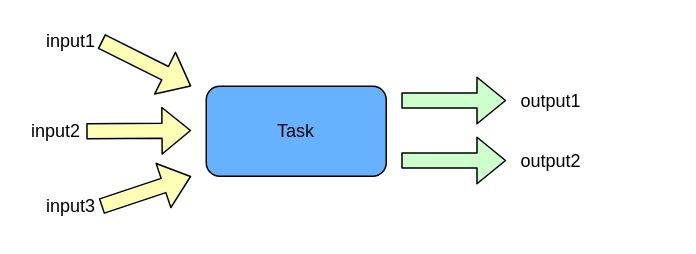
shinecjj/UML keeps this draw.io diagram as page "编译缓存原理" (1 of 22) of T9.drawio. Above is the earlier version. Source tidied: cells renumbered, new cells numbered last; positions are measured from the earlier drawing's top-left corner, leaving out a move shared by most shapes. Both pictures are drawn from the tidied source at 150%, with x=0, y=0 at pixel (26, 26).
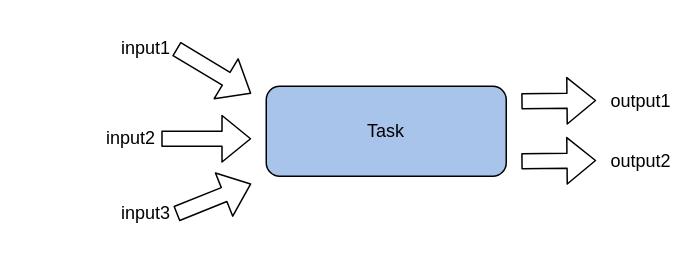
Above is the later version.

The edit, as a diff of the source:
```diff
@@
 <mxGraphModel>
   <root>
     <mxCell id="0" />
     <mxCell id="1" parent="0" />
-    <mxCell id="2" value="Task" style="rounded=1;whiteSpace=wrap;html=1;fillColor=#66B2FF;" parent="1" vertex="1">
-      <mxGeometry x="120" y="40" width="120" height="60" as="geometry" />
+    <mxCell id="2" value="Task" style="rounded=1;whiteSpace=wrap;html=1;fillColor=#A9C4EB;" parent="1" vertex="1">
+      <mxGeometry x="160" y="40" width="160" height="60" as="geometry" />
     </mxCell>
-    <mxCell id="3" style="shape=flexArrow;endArrow=classic;html=1;fillColor=#FCFFB3;" parent="1" edge="1">
+    <mxCell id="3" style="shape=flexArrow;endArrow=classic;html=1;fillColor=none;" parent="1" edge="1">
       <mxGeometry relative="1" as="geometry">
-        <mxPoint x="40" y="70" as="sourcePoint" />
-        <mxPoint x="110" y="69.5" as="targetPoint" />
+        <mxPoint x="90" y="75" as="sourcePoint" />
+        <mxPoint x="150" y="75" as="targetPoint" />
       </mxGeometry>
     </mxCell>
-    <mxCell id="4" style="shape=flexArrow;endArrow=classic;html=1;fillColor=#FCFFB3;" parent="1" edge="1">
+    <mxCell id="4" style="shape=flexArrow;endArrow=classic;html=1;fillColor=none;" parent="1" edge="1">
       <mxGeometry relative="1" as="geometry">
-        <mxPoint x="50" y="10" as="sourcePoint" />
-        <mxPoint x="110" y="40" as="targetPoint" />
+        <mxPoint x="100" y="15" as="sourcePoint" />
+        <mxPoint x="150" y="45" as="targetPoint" />
       </mxGeometry>
     </mxCell>
-    <mxCell id="5" style="shape=flexArrow;endArrow=classic;html=1;fillColor=#FCFFB3;" parent="1" edge="1">
+    <mxCell id="5" style="shape=flexArrow;endArrow=classic;html=1;fillColor=none;" parent="1" edge="1">
       <mxGeometry relative="1" as="geometry">
-        <mxPoint x="50" y="120" as="sourcePoint" />
-        <mxPoint x="110" y="100" as="targetPoint" />
+        <mxPoint x="100" y="125" as="sourcePoint" />
+        <mxPoint x="150" y="105" as="targetPoint" />
       </mxGeometry>
     </mxCell>
     <mxCell id="6" value="input1" style="text;html=1;strokeColor=none;fillColor=none;align=center;verticalAlign=middle;whiteSpace=wrap;rounded=0;" parent="1" vertex="1">
-      <mxGeometry x="10" width="40" height="20" as="geometry" />
+      <mxGeometry x="60" y="5" width="40" height="20" as="geometry" />
     </mxCell>
     <mxCell id="7" value="input2" style="text;html=1;strokeColor=none;fillColor=none;align=center;verticalAlign=middle;whiteSpace=wrap;rounded=0;" parent="1" vertex="1">
-      <mxGeometry y="60" width="40" height="20" as="geometry" />
+      <mxGeometry x="50" y="65" width="40" height="20" as="geometry" />
     </mxCell>
     <mxCell id="8" value="input3" style="text;html=1;strokeColor=none;fillColor=none;align=center;verticalAlign=middle;whiteSpace=wrap;rounded=0;" parent="1" vertex="1">
-      <mxGeometry x="10" y="110" width="40" height="20" as="geometry" />
+      <mxGeometry x="60" y="115" width="40" height="20" as="geometry" />
     </mxCell>
-    <mxCell id="9" style="shape=flexArrow;endArrow=classic;html=1;fillColor=#CCFFCC;" parent="1" edge="1">
+    <mxCell id="9" style="shape=flexArrow;endArrow=classic;html=1;fillColor=none;" parent="1" edge="1">
       <mxGeometry relative="1" as="geometry">
-        <mxPoint x="250" y="49.5" as="sourcePoint" />
-        <mxPoint x="320" y="49.5" as="targetPoint" />
+        <mxPoint x="330" y="50" as="sourcePoint" />
+        <mxPoint x="380" y="49.5" as="targetPoint" />
       </mxGeometry>
     </mxCell>
-    <mxCell id="10" style="shape=flexArrow;endArrow=classic;html=1;fillColor=#CCFFCC;" parent="1" edge="1">
+    <mxCell id="10" style="shape=flexArrow;endArrow=classic;html=1;fillColor=none;" parent="1" edge="1">
       <mxGeometry relative="1" as="geometry">
-        <mxPoint x="250" y="89.5" as="sourcePoint" />
-        <mxPoint x="320" y="89.5" as="targetPoint" />
+        <mxPoint x="330" y="90" as="sourcePoint" />
+        <mxPoint x="380" y="89.5" as="targetPoint" />
       </mxGeometry>
     </mxCell>
     <mxCell id="11" value="output1" style="text;html=1;strokeColor=none;fillColor=none;align=center;verticalAlign=middle;whiteSpace=wrap;rounded=0;" parent="1" vertex="1">
-      <mxGeometry x="330" y="40" width="40" height="20" as="geometry" />
+      <mxGeometry x="390" y="40" width="40" height="20" as="geometry" />
     </mxCell>
     <mxCell id="12" value="output2" style="text;html=1;strokeColor=none;fillColor=none;align=center;verticalAlign=middle;whiteSpace=wrap;rounded=0;" parent="1" vertex="1">
-      <mxGeometry x="330" y="80" width="40" height="20" as="geometry" />
+      <mxGeometry x="390" y="80" width="40" height="20" as="geometry" />
     </mxCell>
   </root>
 </mxGraphModel>
```
